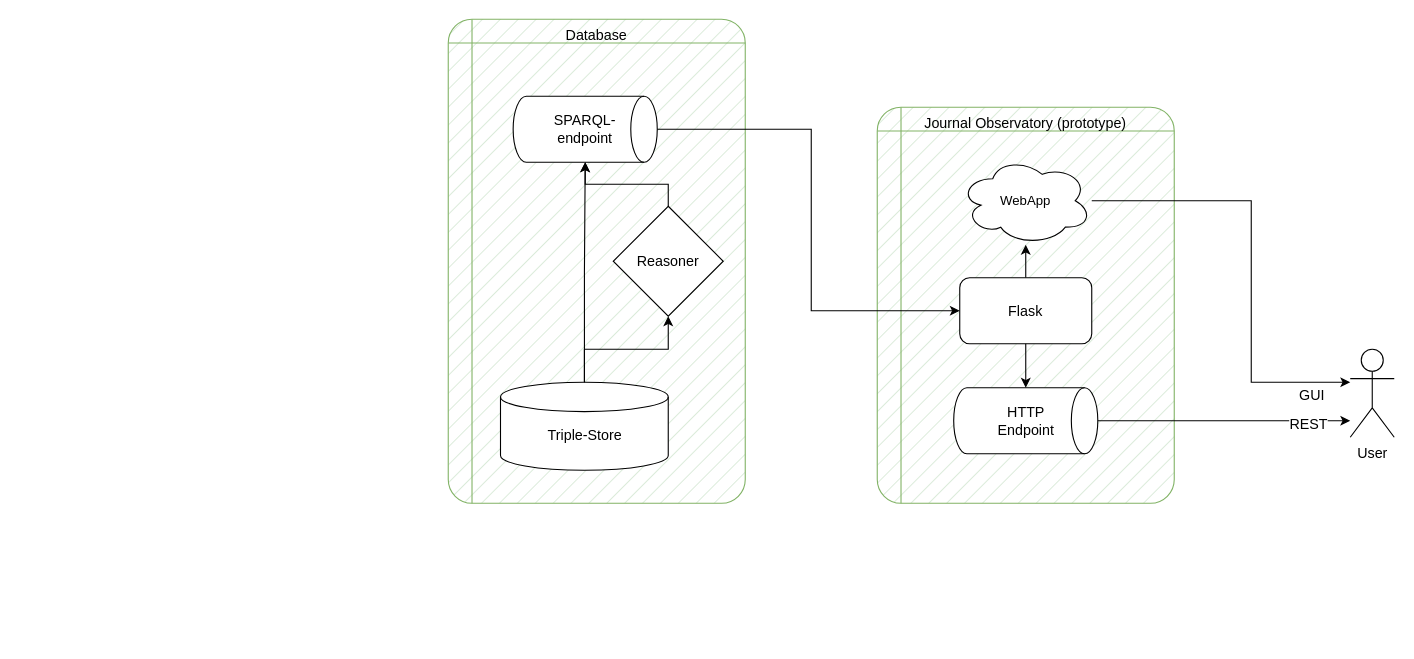
Earlier version of the draw.io diagram page "Prototype" (2 of 3) of docs/job_prototype.drawio (CWTSLeiden/Journal-Observatory-data). Source tidied: cells renumbered, new cells numbered last; positions are measured from the earlier drawing's top-left corner, leaving out a move shared by most shapes. Both pictures are drawn from the tidied source at 110%, with x=0, y=0 at pixel (448, 19).
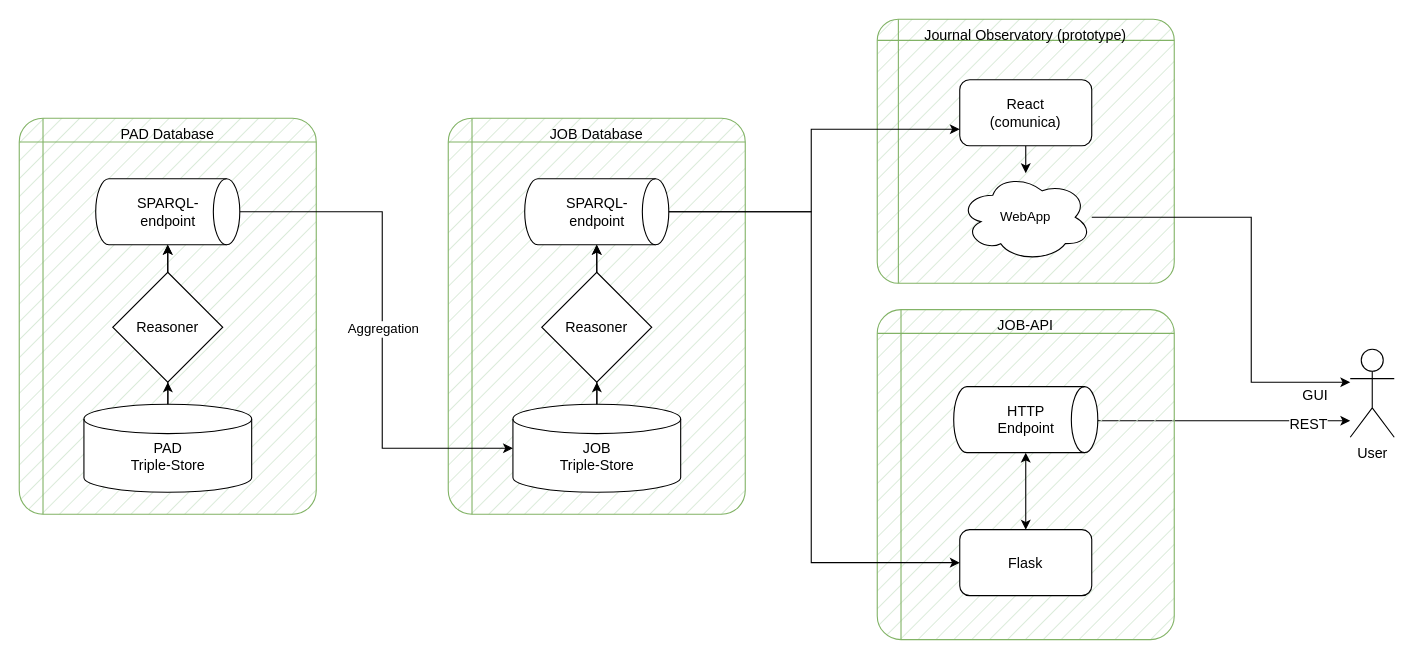
The same diagram, later.

The change refers to these unchanged cells:
```xml
<mxCell id="17" value="User" style="shape=umlActor;verticalLabelPosition=bottom;verticalAlign=top;html=1;outlineConnect=0;fontSize=13;" parent="1" vertex="1">
  <mxGeometry x="820" y="300" width="40" height="80" as="geometry" />
</mxCell>
```

Change to the diagram source:
```diff
@@
     <mxCell id="2" style="group;fontSize=13;fontStyle=0;" parent="1" vertex="1">
-      <mxGeometry width="270" height="440" as="geometry" />
+      <mxGeometry x="-390" y="90" width="270" height="360" as="geometry" />
     </mxCell>
-    <mxCell id="3" value="&lt;div style=&quot;font-size: 13px;&quot;&gt;&lt;span style=&quot;background-color: initial; font-size: 13px;&quot;&gt;Database&lt;/span&gt;&lt;/div&gt;" style="shape=internalStorage;whiteSpace=wrap;html=1;dx=15;dy=15;rounded=1;arcSize=8;strokeWidth=1;fontFamily=Helvetica;fontSize=13;align=center;verticalAlign=top;fillColor=#d5e8d4;fillStyle=hatch;strokeColor=#82b366;fontStyle=0;" parent="2" vertex="1">
-      <mxGeometry width="270" height="440" as="geometry" />
+    <mxCell id="3" value="&lt;div style=&quot;font-size: 13px;&quot;&gt;&lt;span style=&quot;background-color: initial; font-size: 13px;&quot;&gt;PAD Database&lt;/span&gt;&lt;/div&gt;" style="shape=internalStorage;whiteSpace=wrap;html=1;dx=15;dy=15;rounded=1;arcSize=8;strokeWidth=1;fontFamily=Helvetica;fontSize=13;align=center;verticalAlign=top;fillColor=#d5e8d4;fillStyle=hatch;strokeColor=#82b366;fontStyle=0;" parent="2" vertex="1">
+      <mxGeometry width="270" height="360" as="geometry" />
     </mxCell>
-    <mxCell id="4" value="&lt;br style=&quot;font-size: 13px;&quot;&gt;Triple-Store" style="strokeWidth=1;html=1;shape=mxgraph.flowchart.database;whiteSpace=wrap;fontFamily=Helvetica;fontSize=13;fontStyle=0;" parent="2" vertex="1">
-      <mxGeometry x="47.5" y="330" width="152.5" height="80" as="geometry" />
+    <mxCell id="4" value="&lt;br&gt;PAD&lt;br style=&quot;font-size: 13px;&quot;&gt;Triple-Store" style="strokeWidth=1;html=1;shape=mxgraph.flowchart.database;whiteSpace=wrap;fontFamily=Helvetica;fontSize=13;fontStyle=0;" parent="2" vertex="1">
+      <mxGeometry x="58.8" y="260" width="152.5" height="80" as="geometry" />
     </mxCell>
     <mxCell id="5" value="SPARQL-&lt;br style=&quot;font-size: 13px;&quot;&gt;endpoint" style="strokeWidth=1;html=1;shape=mxgraph.flowchart.direct_data;whiteSpace=wrap;fontFamily=Helvetica;fontSize=13;fillColor=default;fontStyle=0;" parent="2" vertex="1">
-      <mxGeometry x="59" y="70" width="131" height="60" as="geometry" />
+      <mxGeometry x="69.5" y="55" width="131" height="60" as="geometry" />
     </mxCell>
@@
     <mxCell id="8" value="Reasoner" style="strokeWidth=1;html=1;shape=mxgraph.flowchart.decision;whiteSpace=wrap;fillStyle=auto;fontFamily=Helvetica;fontSize=13;fontStyle=0;" parent="2" vertex="1">
-      <mxGeometry x="150" y="170" width="100" height="100" as="geometry" />
+      <mxGeometry x="85" y="140" width="100" height="100" as="geometry" />
     </mxCell>
@@
     <mxCell id="10" style="group;" parent="1" vertex="1">
-      <mxGeometry x="390" y="80" width="270" height="360" as="geometry" />
+      <mxGeometry x="390" width="270" height="240" as="geometry" />
     </mxCell>
     <mxCell id="11" value="&lt;div style=&quot;font-size: 13px;&quot;&gt;&lt;span style=&quot;background-color: initial; font-size: 13px;&quot;&gt;Journal Observatory (prototype)&lt;/span&gt;&lt;/div&gt;" style="shape=internalStorage;whiteSpace=wrap;html=1;dx=15;dy=15;rounded=1;arcSize=8;strokeWidth=1;fontFamily=Helvetica;fontSize=13;align=center;verticalAlign=top;fillColor=#d5e8d4;fillStyle=hatch;strokeColor=#82b366;fontStyle=0;" parent="10" vertex="1">
-      <mxGeometry width="270" height="360" as="geometry" />
+      <mxGeometry width="270" height="240" as="geometry" />
     </mxCell>
@@
-    <mxCell id="13" value="Flask" style="rounded=1;whiteSpace=wrap;html=1;fillStyle=auto;fontFamily=Helvetica;fontSize=13;strokeWidth=1;fontStyle=0;" parent="10" vertex="1">
-      <mxGeometry x="75" y="155" width="120" height="60" as="geometry" />
+    <mxCell id="13" value="React&lt;br&gt;(comunica)" style="rounded=1;whiteSpace=wrap;html=1;fillStyle=auto;fontFamily=Helvetica;fontSize=13;strokeWidth=1;fontStyle=0;" parent="10" vertex="1">
+      <mxGeometry x="75" y="55" width="120" height="60" as="geometry" />
     </mxCell>
-    <mxCell id="14" value="HTTP&lt;br style=&quot;font-size: 13px;&quot;&gt;Endpoint" style="strokeWidth=1;html=1;shape=mxgraph.flowchart.direct_data;whiteSpace=wrap;fontFamily=Helvetica;fontSize=13;fillColor=default;fontStyle=0;" parent="10" vertex="1">
-      <mxGeometry x="69.5" y="255" width="131" height="60" as="geometry" />
-    </mxCell>
-    <mxCell id="15" style="edgeStyle=orthogonalEdgeStyle;rounded=0;jettySize=auto;html=1;" parent="10" edge="1" source="13" target="14">
-      <mxGeometry relative="1" as="geometry" />
-    </mxCell>
     <mxCell id="16" value="WebApp" style="ellipse;shape=cloud;whiteSpace=wrap;html=1;" parent="10" vertex="1">
-      <mxGeometry x="75" y="45" width="120" height="80" as="geometry" />
+      <mxGeometry x="75" y="140" width="120" height="80" as="geometry" />
     </mxCell>
@@
-    <mxCell id="18" style="edgeStyle=orthogonalEdgeStyle;rounded=0;jettySize=auto;html=1;" parent="1" edge="1" source="5" target="13">
-      <mxGeometry relative="1" as="geometry">
-        <Array as="points">
-          <mxPoint x="330" y="100" />
-          <mxPoint x="330" y="265" />
-        </Array>
-      </mxGeometry>
-    </mxCell>
-    <mxCell id="19" style="edgeStyle=orthogonalEdgeStyle;rounded=0;jettySize=auto;html=1;" parent="1" edge="1" source="14" target="17">
+    <mxCell id="19" style="edgeStyle=orthogonalEdgeStyle;rounded=0;jettySize=auto;html=1;exitX=1;exitY=0.5;exitDx=0;exitDy=0;exitPerimeter=0;" parent="1" edge="1" source="14" target="17">
       <mxGeometry relative="1" as="geometry">
         <Array as="points">
-          <mxPoint x="770" y="365" />
-          <mxPoint x="770" y="365" />
+          <mxPoint x="591" y="365" />
         </Array>
       </mxGeometry>
     </mxCell>
@@
     <mxCell id="21" style="edgeStyle=orthogonalEdgeStyle;rounded=0;jettySize=auto;html=1;" parent="1" edge="1" source="16" target="17">
       <mxGeometry relative="1" as="geometry">
         <Array as="points">
-          <mxPoint x="730" y="165" />
+          <mxPoint x="730" y="180" />
           <mxPoint x="730" y="330" />
         </Array>
       </mxGeometry>
     </mxCell>
@@
+    <mxCell id="23" style="group;" parent="1" vertex="1">
+      <mxGeometry x="390" y="264" width="270" height="300" as="geometry" />
+    </mxCell>
+    <mxCell id="24" value="&lt;div style=&quot;font-size: 13px;&quot;&gt;&lt;span style=&quot;background-color: initial; font-size: 13px;&quot;&gt;JOB-API&lt;/span&gt;&lt;/div&gt;" style="shape=internalStorage;whiteSpace=wrap;html=1;dx=15;dy=15;rounded=1;arcSize=8;strokeWidth=1;fontFamily=Helvetica;fontSize=13;align=center;verticalAlign=top;fillColor=#d5e8d4;fillStyle=hatch;strokeColor=#82b366;fontStyle=0;" parent="23" vertex="1">
+      <mxGeometry width="270" height="300" as="geometry" />
+    </mxCell>
+    <mxCell id="14" value="HTTP&lt;br style=&quot;font-size: 13px;&quot;&gt;Endpoint" style="strokeWidth=1;html=1;shape=mxgraph.flowchart.direct_data;whiteSpace=wrap;fontFamily=Helvetica;fontSize=13;fillColor=default;fontStyle=0;" parent="23" vertex="1">
+      <mxGeometry x="69.5" y="70" width="131" height="60" as="geometry" />
+    </mxCell>
+    <mxCell id="25" style="edgeStyle=orthogonalEdgeStyle;rounded=0;jettySize=auto;html=1;fontFamily=Helvetica;fontSize=13;startArrow=classic;startFill=1;fontStyle=0;" parent="23" edge="1" source="26" target="14">
+      <mxGeometry relative="1" as="geometry" />
+    </mxCell>
+    <mxCell id="26" value="Flask" style="rounded=1;whiteSpace=wrap;html=1;fillStyle=auto;fontFamily=Helvetica;fontSize=13;strokeWidth=1;fontStyle=0;" parent="23" vertex="1">
+      <mxGeometry x="75" y="200" width="120" height="60" as="geometry" />
+    </mxCell>
+    <mxCell id="27" style="group;fontSize=13;fontStyle=0;" parent="1" vertex="1">
+      <mxGeometry y="90" width="270" height="360" as="geometry" />
+    </mxCell>
+    <mxCell id="28" value="&lt;div style=&quot;font-size: 13px;&quot;&gt;&lt;span style=&quot;background-color: initial; font-size: 13px;&quot;&gt;JOB Database&lt;/span&gt;&lt;/div&gt;" style="shape=internalStorage;whiteSpace=wrap;html=1;dx=15;dy=15;rounded=1;arcSize=8;strokeWidth=1;fontFamily=Helvetica;fontSize=13;align=center;verticalAlign=top;fillColor=#d5e8d4;fillStyle=hatch;strokeColor=#82b366;fontStyle=0;" parent="27" vertex="1">
+      <mxGeometry width="270" height="360" as="geometry" />
+    </mxCell>
+    <mxCell id="29" value="&lt;br&gt;JOB&lt;br style=&quot;font-size: 13px;&quot;&gt;Triple-Store" style="strokeWidth=1;html=1;shape=mxgraph.flowchart.database;whiteSpace=wrap;fontFamily=Helvetica;fontSize=13;fontStyle=0;" parent="27" vertex="1">
+      <mxGeometry x="58.8" y="260" width="152.5" height="80" as="geometry" />
+    </mxCell>
+    <mxCell id="30" value="SPARQL-&lt;br style=&quot;font-size: 13px;&quot;&gt;endpoint" style="strokeWidth=1;html=1;shape=mxgraph.flowchart.direct_data;whiteSpace=wrap;fontFamily=Helvetica;fontSize=13;fillColor=default;fontStyle=0;" parent="27" vertex="1">
+      <mxGeometry x="69.5" y="55" width="131" height="60" as="geometry" />
+    </mxCell>
+    <mxCell id="31" style="edgeStyle=orthogonalEdgeStyle;rounded=0;jettySize=auto;html=1;fontFamily=Helvetica;fontSize=13;fontStyle=0;" parent="27" edge="1" source="29" target="30">
+      <mxGeometry relative="1" as="geometry" />
+    </mxCell>
+    <mxCell id="32" style="rounded=0;jettySize=auto;html=1;fontFamily=Helvetica;fontSize=13;edgeStyle=orthogonalEdgeStyle;fontStyle=0;" parent="27" edge="1" source="33" target="30">
+      <mxGeometry relative="1" as="geometry" />
+    </mxCell>
+    <mxCell id="33" value="Reasoner" style="strokeWidth=1;html=1;shape=mxgraph.flowchart.decision;whiteSpace=wrap;fillStyle=auto;fontFamily=Helvetica;fontSize=13;fontStyle=0;" parent="27" vertex="1">
+      <mxGeometry x="85" y="140" width="100" height="100" as="geometry" />
+    </mxCell>
+    <mxCell id="34" style="rounded=0;jettySize=auto;html=1;fontFamily=Helvetica;fontSize=13;edgeStyle=orthogonalEdgeStyle;fontStyle=0;" parent="27" edge="1" source="29" target="33">
+      <mxGeometry relative="1" as="geometry" />
+    </mxCell>
+    <mxCell id="35" style="edgeStyle=orthogonalEdgeStyle;rounded=0;jettySize=auto;html=1;entryX=0;entryY=0.5;entryDx=0;entryDy=0;entryPerimeter=0;exitX=1;exitY=0.5;exitDx=0;exitDy=0;exitPerimeter=0;" parent="1" edge="1" source="5" target="29">
+      <mxGeometry relative="1" as="geometry">
+        <Array as="points">
+          <mxPoint x="-60" y="175" />
+          <mxPoint x="-60" y="390" />
+        </Array>
+      </mxGeometry>
+    </mxCell>
+    <mxCell id="36" value="Aggregation" style="edgeLabel;html=1;align=center;verticalAlign=middle;fontFamily=Helvetica;fontSize=12;" parent="35" vertex="1">
+      <mxGeometry x="0.11" relative="1" as="geometry">
+        <mxPoint y="-21" as="offset" />
+      </mxGeometry>
+    </mxCell>
+    <mxCell id="37" style="edgeStyle=orthogonalEdgeStyle;rounded=0;jettySize=auto;html=1;entryX=0;entryY=0.75;entryDx=0;entryDy=0;fontFamily=Helvetica;fontSize=12;" parent="1" edge="1" source="30" target="13">
+      <mxGeometry relative="1" as="geometry">
+        <Array as="points">
+          <mxPoint x="330" y="175" />
+          <mxPoint x="330" y="100" />
+        </Array>
+      </mxGeometry>
+    </mxCell>
+    <mxCell id="38" style="edgeStyle=orthogonalEdgeStyle;rounded=0;jettySize=auto;html=1;exitX=1;exitY=0.5;exitDx=0;exitDy=0;exitPerimeter=0;fontFamily=Helvetica;fontSize=12;" parent="1" edge="1" source="30" target="26">
+      <mxGeometry relative="1" as="geometry">
+        <Array as="points">
+          <mxPoint x="330" y="175" />
+          <mxPoint x="330" y="494" />
+        </Array>
+      </mxGeometry>
+    </mxCell>
```
